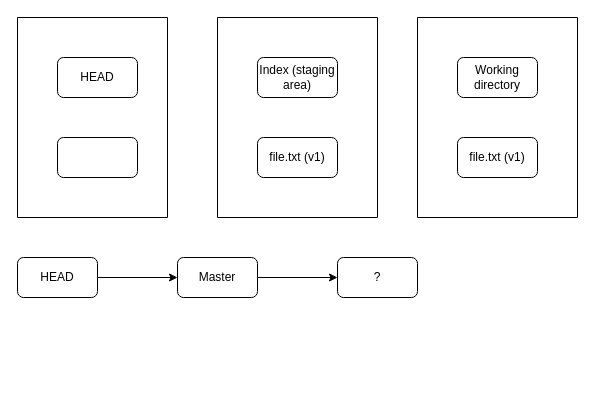
Above: img/git/git3.drawio in riehseun/riehseun.github.io (draw.io), before the change. Source tidied: cells renumbered, new cells numbered last; positions are measured from the earlier drawing's top-left corner, leaving out a move shared by most shapes. Both pictures are drawn from the tidied source at 100%, with x=0, y=0 at pixel (17, 17).
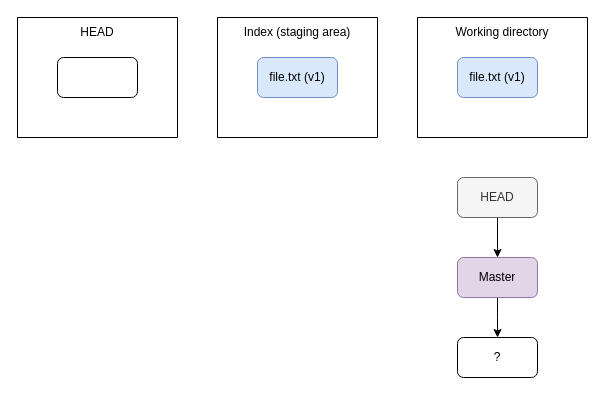
After the change.

Change to the diagram source:
```diff
@@
 <mxGraphModel>
   <root>
     <mxCell id="0" />
     <mxCell id="1" parent="0" />
-    <mxCell id="2" value="HEAD" style="rounded=1;whiteSpace=wrap;html=1;" parent="1" vertex="1">
-      <mxGeometry x="40" y="40" width="80" height="40" as="geometry" />
-    </mxCell>
     <mxCell id="3" style="swimlane;startSize=0;" parent="1" vertex="1">
-      <mxGeometry width="150" height="200" as="geometry" />
+      <mxGeometry width="160" height="120" as="geometry" />
     </mxCell>
     <mxCell id="4" style="rounded=1;whiteSpace=wrap;html=1;" parent="3" vertex="1">
-      <mxGeometry x="40" y="120" width="80" height="40" as="geometry" />
+      <mxGeometry x="40" y="40" width="80" height="40" as="geometry" />
     </mxCell>
+    <mxCell id="16" value="HEAD" style="text;html=1;align=center;verticalAlign=middle;whiteSpace=wrap;rounded=0;" parent="3" vertex="1">
+      <mxGeometry width="160" height="30" as="geometry" />
+    </mxCell>
     <mxCell id="5" style="swimlane;startSize=0;" parent="1" vertex="1">
-      <mxGeometry x="200" width="160" height="200" as="geometry" />
+      <mxGeometry x="200" width="160" height="120" as="geometry" />
     </mxCell>
+    <mxCell id="7" value="file.txt (v1&lt;span style=&quot;background-color: initial;&quot;&gt;)&lt;/span&gt;" style="rounded=1;whiteSpace=wrap;html=1;fillColor=#dae8fc;strokeColor=#6c8ebf;" parent="5" vertex="1">
+      <mxGeometry x="40" y="40" width="80" height="40" as="geometry" />
+    </mxCell>
-    <mxCell id="6" value="Index (staging area)" style="rounded=1;whiteSpace=wrap;html=1;" parent="5" vertex="1">
-      <mxGeometry x="40" y="40" width="80" height="40" as="geometry" />
+    <mxCell id="6" value="Index (staging area)" style="text;html=1;align=center;verticalAlign=middle;whiteSpace=wrap;rounded=0;" parent="5" vertex="1">
+      <mxGeometry width="160" height="30" as="geometry" />
     </mxCell>
-    <mxCell id="7" value="file.txt (v1)" style="rounded=1;whiteSpace=wrap;html=1;" parent="5" vertex="1">
-      <mxGeometry x="40" y="120" width="80" height="40" as="geometry" />
-    </mxCell>
     <mxCell id="8" style="swimlane;startSize=0;" parent="1" vertex="1">
-      <mxGeometry x="400" width="160" height="200" as="geometry" />
+      <mxGeometry x="400" width="170" height="120" as="geometry" />
     </mxCell>
+    <mxCell id="10" value="file.txt (v1)" style="rounded=1;whiteSpace=wrap;html=1;fillColor=#dae8fc;strokeColor=#6c8ebf;" parent="8" vertex="1">
+      <mxGeometry x="40" y="40" width="80" height="40" as="geometry" />
+    </mxCell>
-    <mxCell id="9" value="Working directory" style="rounded=1;whiteSpace=wrap;html=1;" parent="8" vertex="1">
-      <mxGeometry x="40" y="40" width="80" height="40" as="geometry" />
+    <mxCell id="9" value="Working directory" style="text;html=1;align=center;verticalAlign=middle;whiteSpace=wrap;rounded=0;" parent="8" vertex="1">
+      <mxGeometry width="170" height="30" as="geometry" />
     </mxCell>
-    <mxCell id="10" value="file.txt (v1)" style="rounded=1;whiteSpace=wrap;html=1;" parent="8" vertex="1">
-      <mxGeometry x="40" y="120" width="80" height="40" as="geometry" />
-    </mxCell>
-    <mxCell id="11" style="edgeStyle=orthogonalEdgeStyle;rounded=0;jettySize=auto;html=1;exitX=1;exitY=0.5;exitDx=0;exitDy=0;entryX=0;entryY=0.5;entryDx=0;entryDy=0;" parent="1" edge="1" source="12" target="14">
-      <mxGeometry relative="1" as="geometry" />
-    </mxCell>
-    <mxCell id="12" value="HEAD" style="rounded=1;whiteSpace=wrap;html=1;" parent="1" vertex="1">
-      <mxGeometry y="240" width="80" height="40" as="geometry" />
-    </mxCell>
-    <mxCell id="13" style="edgeStyle=orthogonalEdgeStyle;rounded=0;jettySize=auto;html=1;exitX=1;exitY=0.5;exitDx=0;exitDy=0;entryX=0;entryY=0.5;entryDx=0;entryDy=0;" parent="1" edge="1" source="14" target="15">
-      <mxGeometry relative="1" as="geometry" />
-    </mxCell>
+    <mxCell id="17" style="edgeStyle=orthogonalEdgeStyle;rounded=0;jettySize=auto;html=1;exitX=0.5;exitY=1;exitDx=0;exitDy=0;entryX=0.5;entryY=0;entryDx=0;entryDy=0;" parent="1" edge="1" source="18" target="14">
+      <mxGeometry relative="1" as="geometry" />
+    </mxCell>
+    <mxCell id="18" value="HEAD" style="rounded=1;whiteSpace=wrap;html=1;fillColor=#f5f5f5;fontColor=#333333;strokeColor=#666666;" parent="1" vertex="1">
+      <mxGeometry x="440" y="160" width="80" height="40" as="geometry" />
+    </mxCell>
+    <mxCell id="19" style="edgeStyle=orthogonalEdgeStyle;rounded=0;jettySize=auto;html=1;exitX=0.5;exitY=1;exitDx=0;exitDy=0;entryX=0.5;entryY=0;entryDx=0;entryDy=0;" parent="1" edge="1" source="14">
+      <mxGeometry relative="1" as="geometry">
+        <mxPoint x="480" y="320" as="targetPoint" />
+      </mxGeometry>
+    </mxCell>
-    <mxCell id="14" value="Master" style="rounded=1;whiteSpace=wrap;html=1;" parent="1" vertex="1">
-      <mxGeometry x="160" y="240" width="80" height="40" as="geometry" />
+    <mxCell id="14" value="Master" style="rounded=1;whiteSpace=wrap;html=1;fillColor=#e1d5e7;strokeColor=#9673a6;" parent="1" vertex="1">
+      <mxGeometry x="440" y="240" width="80" height="40" as="geometry" />
     </mxCell>
     <mxCell id="15" value="?" style="rounded=1;whiteSpace=wrap;html=1;" parent="1" vertex="1">
-      <mxGeometry x="320" y="240" width="80" height="40" as="geometry" />
+      <mxGeometry x="440" y="320" width="80" height="40" as="geometry" />
     </mxCell>
   </root>
 </mxGraphModel>
```
